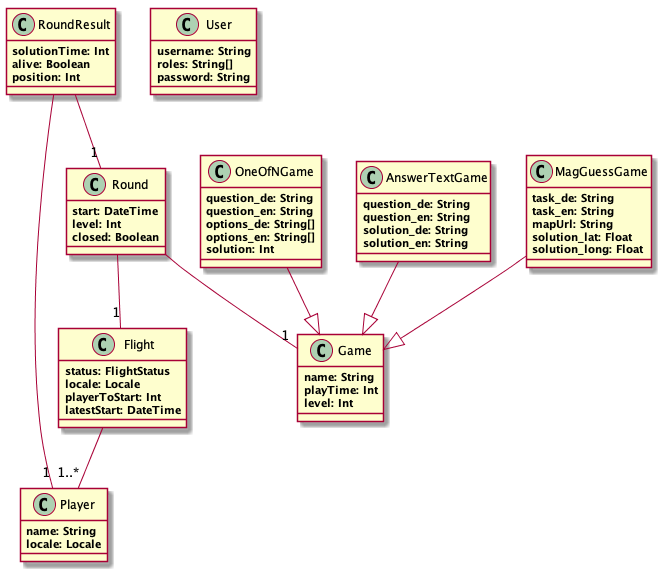
The PlantUML diagram express/domain.png in betterobjects/activeql, before a commit.
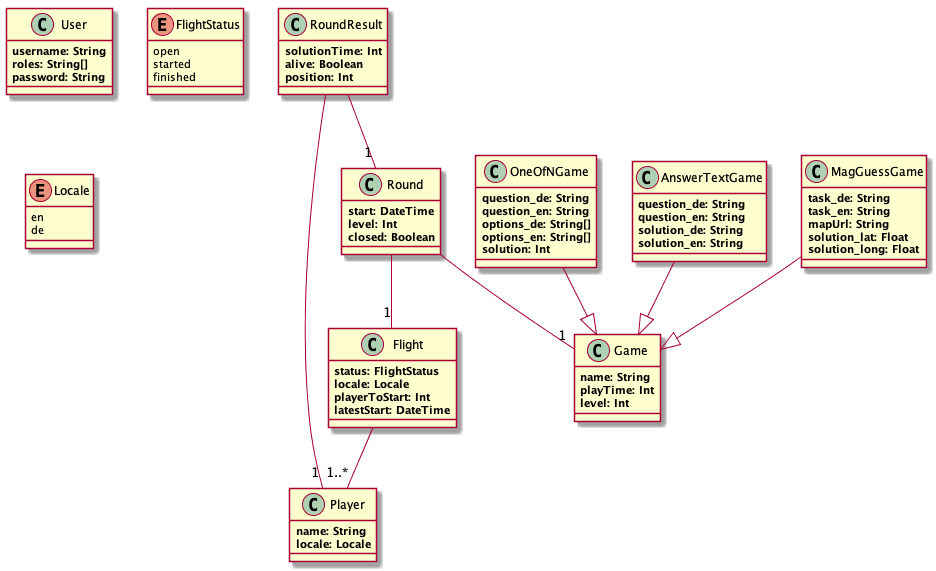
The same diagram one commit later.

Diff of the diagram source:
```diff
@@ -75,4 +75,15 @@
   **password: String**
 }
 
+enum FlightStatus {
+open
+started
+finished
+}
+
+enum Locale {
+en
+de
+}
+
 @enduml
```
